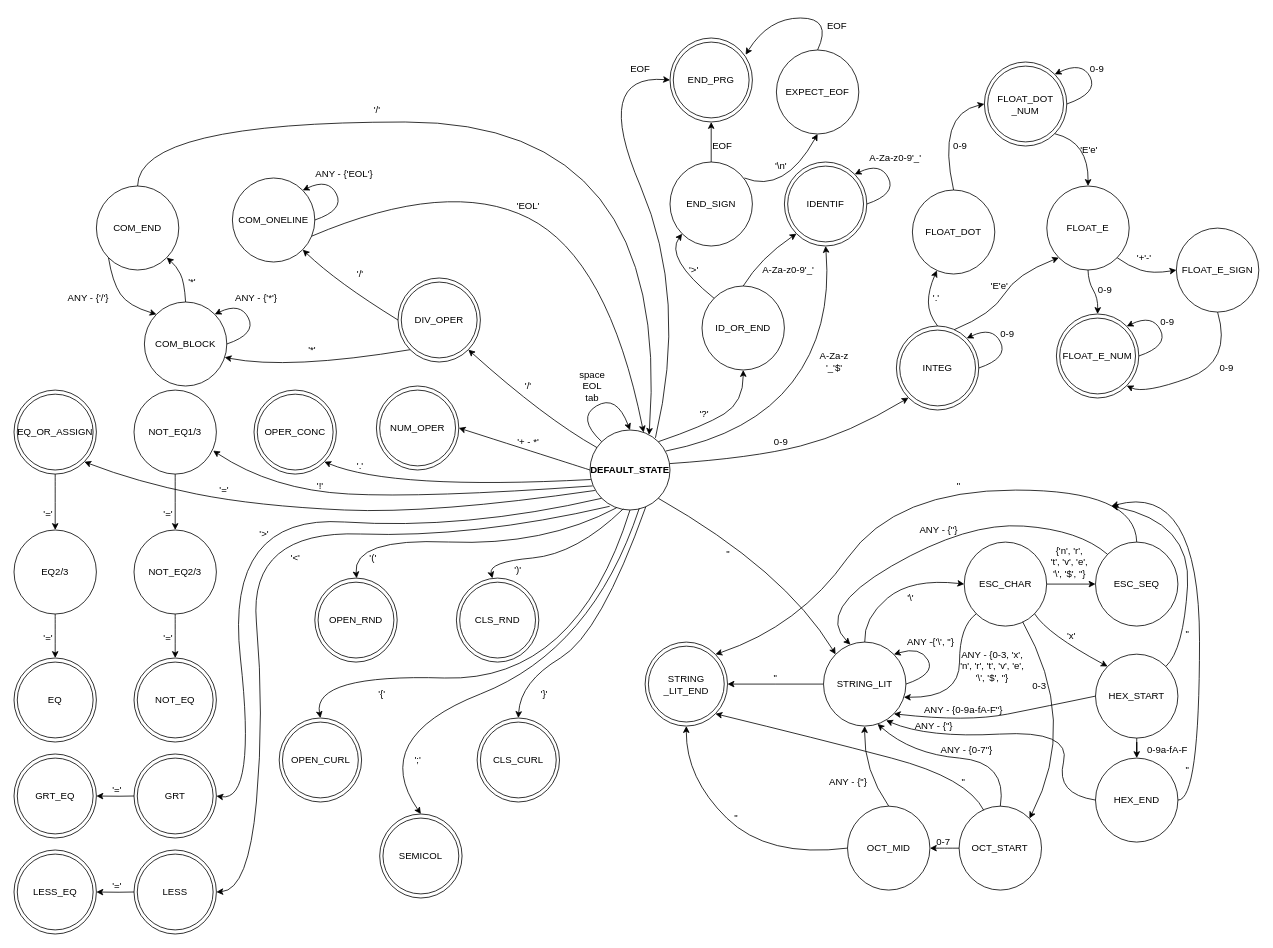
This is info/DFSM-pro-scanner.drawio from Daniel-Jacobs-FIT/projekt_prekladac, a draw.io file, before an edit. Source tidied: cells renumbered, new cells numbered last; positions are measured from the earlier drawing's top-left corner, leaving out a move shared by most shapes. Both pictures are drawn from the tidied source at 80%, with x=0, y=0 at pixel (14, 14).
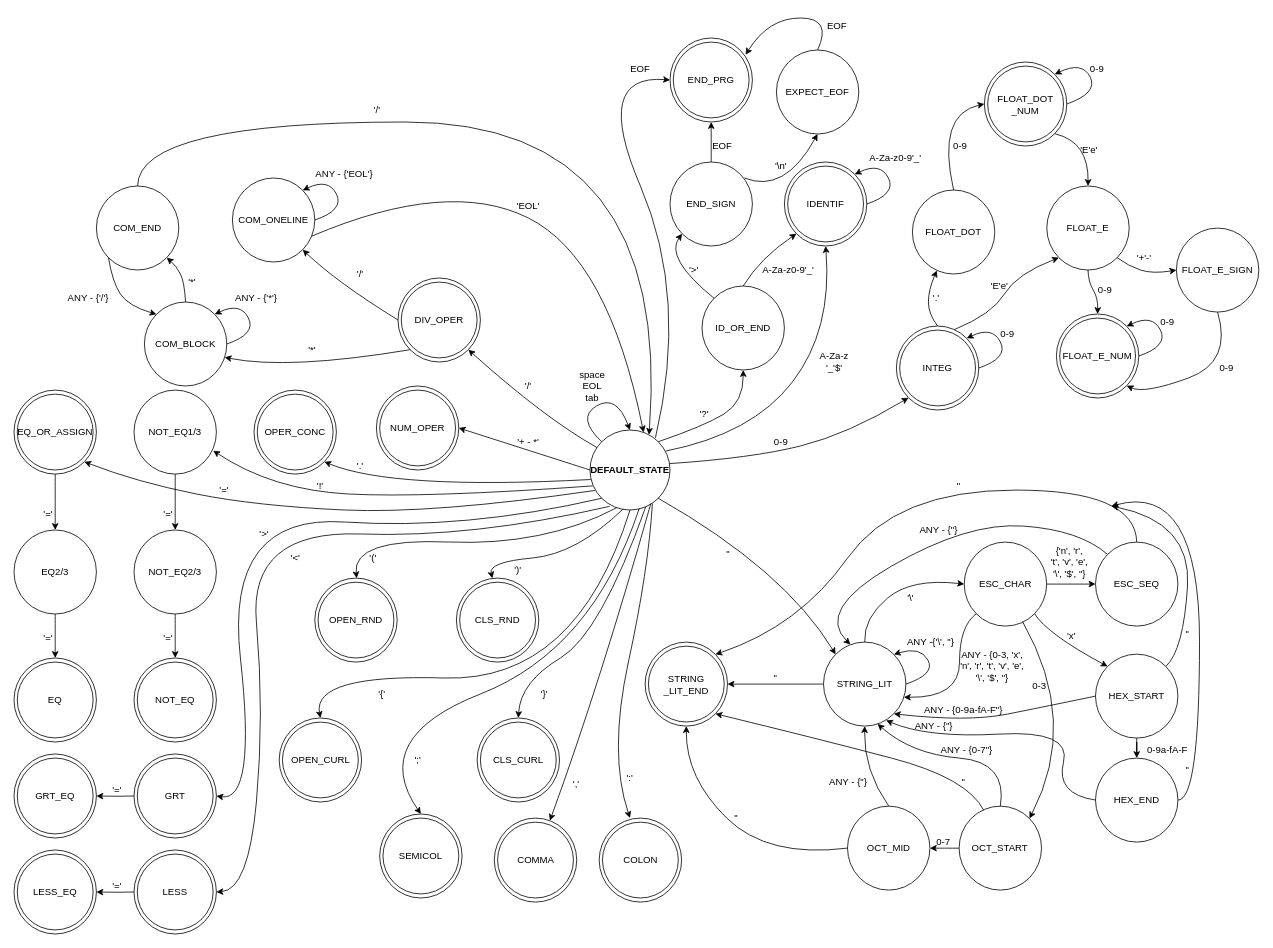
The same page after the edit.

Commit message:
pridani stavu pro carku a dvojtecku do diagramu

The change refers to these unchanged cells:
```xml
<mxCell id="2" value="&lt;div&gt;&lt;b&gt;DEFAULT_STATE&lt;br&gt;&lt;/b&gt;&lt;/div&gt;" style="ellipse;whiteSpace=wrap;html=1;" parent="1" vertex="1">
  <mxGeometry x="720" y="520" width="100" height="100" as="geometry" />
</mxCell>
```

The edit, as a diff of the source:
```diff
@@
+    <mxCell id="198" style="ellipse;whiteSpace=wrap;html=1;" parent="1" vertex="1">
+      <mxGeometry x="731.5" y="1005.1" width="103" height="105" as="geometry" />
+    </mxCell>
+    <mxCell id="199" value="COLON" style="ellipse;whiteSpace=wrap;html=1;" parent="1" vertex="1">
+      <mxGeometry x="735.6" y="1010.2" width="94.8" height="94.8" as="geometry" />
+    </mxCell>
+    <mxCell id="200" style="ellipse;whiteSpace=wrap;html=1;" parent="1" vertex="1">
+      <mxGeometry x="600.4" y="1005.1" width="103" height="105" as="geometry" />
+    </mxCell>
+    <mxCell id="201" value="COMMA" style="ellipse;whiteSpace=wrap;html=1;" parent="1" vertex="1">
+      <mxGeometry x="604.5" y="1010.2" width="94.8" height="94.8" as="geometry" />
+    </mxCell>
+    <mxCell id="202" style="curved=1;endArrow=classic;html=1;rounded=0;exitX=0.76;exitY=0.92;exitDx=0;exitDy=0;exitPerimeter=0;" parent="1" edge="1" source="2" target="200">
+      <mxGeometry relative="1" as="geometry">
+        <Array as="points">
+          <mxPoint x="733" y="835" />
+        </Array>
+      </mxGeometry>
+    </mxCell>
+    <mxCell id="203" style="curved=1;endArrow=classic;html=1;rounded=0;exitX=0.78;exitY=0.92;exitDx=0;exitDy=0;exitPerimeter=0;" parent="1" edge="1" source="2">
+      <mxGeometry relative="1" as="geometry">
+        <mxPoint x="770" y="1005" as="targetPoint" />
+        <Array as="points">
+          <mxPoint x="793" y="695" />
+          <mxPoint x="743" y="925" />
+        </Array>
+      </mxGeometry>
+    </mxCell>
+    <mxCell id="204" value="','" style="text;html=1;strokeColor=none;fillColor=none;align=center;verticalAlign=middle;whiteSpace=wrap;rounded=0;" parent="1" vertex="1">
+      <mxGeometry x="673" y="947.5" width="60" height="30" as="geometry" />
+    </mxCell>
+    <mxCell id="205" value="':'" style="text;html=1;strokeColor=none;fillColor=none;align=center;verticalAlign=middle;whiteSpace=wrap;rounded=0;" parent="1" vertex="1">
+      <mxGeometry x="740" y="940.2" width="60" height="30" as="geometry" />
+    </mxCell>
```
